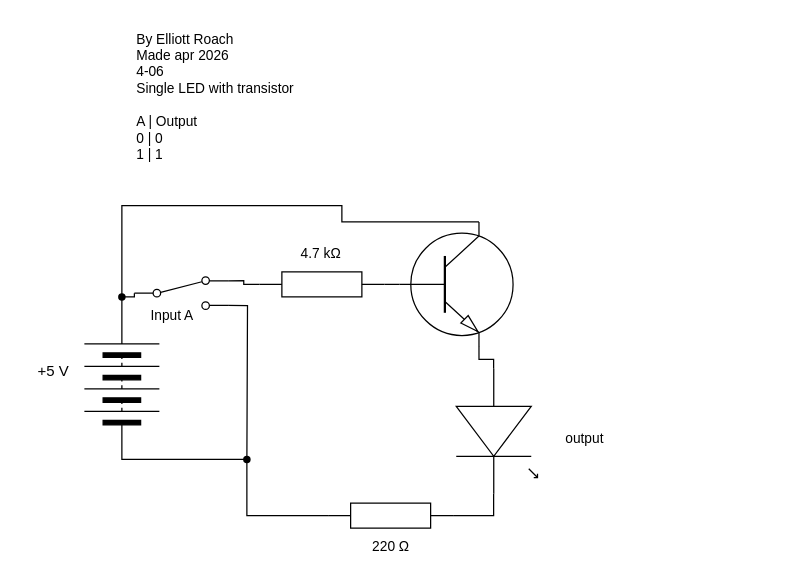
The draw.io diagram 4-07/schematicDiagram.drawio in elliottroach/TEJ3M-unit-4, before the edit. Source tidied: cells renumbered, new cells numbered last; positions are measured from the earlier drawing's top-left corner, leaving out a move shared by most shapes. Both pictures are drawn from the tidied source at 125%, with x=0, y=0 at pixel (21, 21).
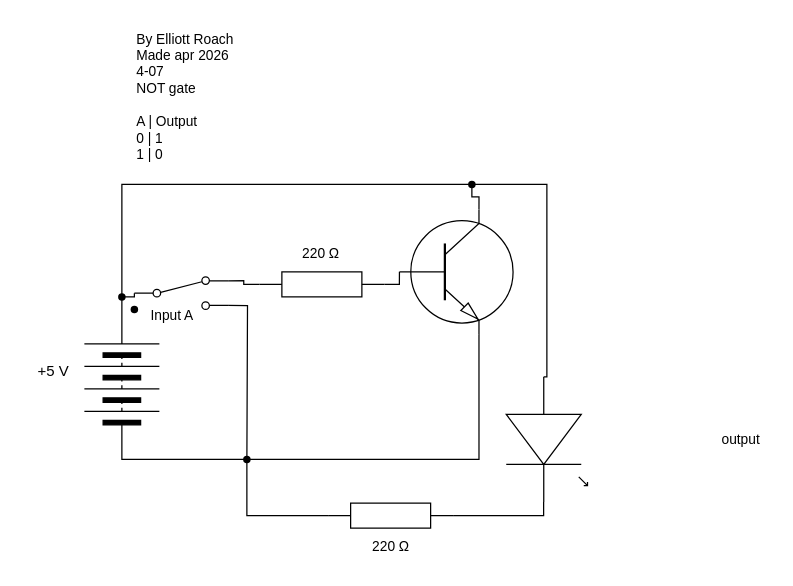
Above is the later version.

The change refers to these unchanged cells:
```xml
<mxCell id="8" style="verticalLabelPosition=bottom;shadow=0;dashed=0;align=center;html=1;verticalAlign=top;shape=mxgraph.electrical.miscellaneous.batteryStack;fontFamily=Helvetica;fontSize=11;fontColor=default;labelBackgroundColor=default;rotation=-90;" parent="1" vertex="1">
  <mxGeometry x="30" y="260" width="100" height="60" as="geometry" />
</mxCell>
<mxCell id="11" style="html=1;shape=mxgraph.electrical.electro-mechanical.twoWaySwitch;elSwitchState=2;fontFamily=Helvetica;fontSize=11;fontColor=default;labelBackgroundColor=default;" parent="1" vertex="1">
  <mxGeometry x="90" y="204" width="75" height="26" as="geometry" />
</mxCell>
<mxCell id="12" style="shape=waypoint;sketch=0;size=6;points=[];fillColor=none;perimeter=centerPerimeter;snapToPoint=1;fontFamily=Helvetica;fontSize=11;fontColor=default;labelBackgroundColor=default;" parent="1" vertex="1">
  <mxGeometry x="170" y="340" width="20" height="20" as="geometry" />
</mxCell>
```

What changed in the source:
```diff
@@
+    <mxCell id="25" style="edgeStyle=orthogonalEdgeStyle;shape=connector;curved=0;rounded=0;html=1;exitDx=0;exitDy=0;exitPerimeter=0;strokeColor=#000000;align=center;verticalAlign=middle;fontFamily=Helvetica;fontSize=11;fontColor=default;labelBackgroundColor=default;endArrow=none;endFill=0;" parent="1" edge="1" source="31" target="17">
+      <mxGeometry relative="1" as="geometry" />
+    </mxCell>
     <mxCell id="3" style="verticalLabelPosition=bottom;shadow=0;dashed=0;align=center;html=1;verticalAlign=top;shape=mxgraph.electrical.opto_electronics.led_1;rotation=90;" parent="1" vertex="1">
-      <mxGeometry x="330" y="295" width="100" height="65" as="geometry" />
+      <mxGeometry x="370" y="301.5" width="100" height="65" as="geometry" />
     </mxCell>
@@
-    <mxCell id="6" value="By Elliott Roach&lt;div&gt;Made apr 2026&amp;nbsp;&lt;/div&gt;&lt;div&gt;4-06&lt;/div&gt;&lt;div&gt;Single LED with transistor&lt;/div&gt;&lt;div&gt;&lt;br&gt;&lt;/div&gt;&lt;div&gt;A | Output&lt;/div&gt;&lt;div&gt;0 | 0&lt;/div&gt;&lt;div&gt;1 | 1&lt;/div&gt;" style="text;html=1;align=left;verticalAlign=middle;strokeColor=none;fillColor=none;fontFamily=Helvetica;fontSize=11;fontColor=default;labelBackgroundColor=default;" parent="1" vertex="1">
-      <mxGeometry x="90" width="150" height="120" as="geometry" />
+    <mxCell id="6" value="By Elliott Roach&lt;div&gt;Made apr 2026&amp;nbsp;&lt;/div&gt;&lt;div&gt;4-07&lt;/div&gt;&lt;div&gt;NOT gate&lt;/div&gt;&lt;div&gt;&lt;br&gt;&lt;/div&gt;&lt;div&gt;A | Output&lt;/div&gt;&lt;div&gt;0 | 1&lt;/div&gt;&lt;div&gt;1 | 0&lt;/div&gt;" style="text;html=1;align=left;verticalAlign=middle;strokeColor=none;fillColor=none;fontFamily=Helvetica;fontSize=11;fontColor=default;labelBackgroundColor=default;" parent="1" vertex="1">
+      <mxGeometry x="90" width="100" height="120" as="geometry" />
     </mxCell>
-    <mxCell id="7" style="edgeStyle=orthogonalEdgeStyle;shape=connector;curved=0;rounded=0;html=1;exitX=1;exitY=0.5;exitDx=0;exitDy=0;entryX=0;entryY=0.5;entryDx=0;entryDy=0;strokeColor=#000000;align=center;verticalAlign=middle;fontFamily=Helvetica;fontSize=11;fontColor=default;labelBackgroundColor=default;endArrow=none;endFill=0;" parent="1" edge="1" source="8" target="11">
+    <mxCell id="7" style="edgeStyle=orthogonalEdgeStyle;shape=connector;curved=0;rounded=0;html=1;entryX=0;entryY=0.5;entryDx=0;entryDy=0;strokeColor=#000000;align=center;verticalAlign=middle;fontFamily=Helvetica;fontSize=11;fontColor=default;labelBackgroundColor=default;endArrow=none;endFill=0;exitDx=0;exitDy=0;" parent="1" edge="1" source="17" target="11">
       <mxGeometry relative="1" as="geometry">
         <Array as="points">
           <mxPoint x="80" y="220" />
           <mxPoint x="90" y="220" />
         </Array>
       </mxGeometry>
     </mxCell>
@@
+    <mxCell id="26" style="edgeStyle=orthogonalEdgeStyle;shape=connector;curved=0;rounded=0;html=1;exitX=0.7;exitY=1;exitDx=0;exitDy=0;exitPerimeter=0;strokeColor=#000000;align=center;verticalAlign=middle;fontFamily=Helvetica;fontSize=11;fontColor=default;labelBackgroundColor=default;endArrow=none;endFill=0;entryX=0.667;entryY=0.528;entryDx=0;entryDy=0;entryPerimeter=0;" parent="1" edge="1" source="14" target="12">
+      <mxGeometry relative="1" as="geometry">
+        <Array as="points">
+          <mxPoint x="366" y="350" />
+        </Array>
+      </mxGeometry>
+    </mxCell>
+    <mxCell id="27" style="edgeStyle=orthogonalEdgeStyle;shape=connector;curved=0;rounded=0;html=1;exitX=0.7;exitY=0;exitDx=0;exitDy=0;exitPerimeter=0;strokeColor=#000000;align=center;verticalAlign=middle;fontFamily=Helvetica;fontSize=11;fontColor=default;labelBackgroundColor=default;endArrow=none;endFill=0;" parent="1" edge="1" source="14" target="31">
+      <mxGeometry relative="1" as="geometry" />
+    </mxCell>
     <mxCell id="14" style="verticalLabelPosition=bottom;shadow=0;dashed=0;align=center;html=1;verticalAlign=top;shape=mxgraph.electrical.transistors.npn_transistor_1;" parent="1" vertex="1">
-      <mxGeometry x="300" y="160" width="95" height="100" as="geometry" />
+      <mxGeometry x="300" y="150" width="95" height="100" as="geometry" />
     </mxCell>
@@
-    <mxCell id="17" style="shape=waypoint;sketch=0;size=6;points=[];fillColor=none;perimeter=centerPerimeter;snapToPoint=1;fontFamily=Helvetica;fontSize=11;fontColor=default;labelBackgroundColor=default;" parent="1" vertex="1">
-      <mxGeometry x="70" y="210" width="20" height="20" as="geometry" />
-    </mxCell>
-    <mxCell id="18" style="edgeStyle=orthogonalEdgeStyle;shape=connector;curved=0;rounded=0;html=1;exitX=0.7;exitY=0;exitDx=0;exitDy=0;exitPerimeter=0;entryX=0.479;entryY=0.4;entryDx=0;entryDy=0;entryPerimeter=0;strokeColor=#000000;align=center;verticalAlign=middle;fontFamily=Helvetica;fontSize=11;fontColor=default;labelBackgroundColor=default;endArrow=none;endFill=0;" parent="1" edge="1" source="14" target="17">
-      <mxGeometry relative="1" as="geometry">
-        <Array as="points">
-          <mxPoint x="256" y="147" />
-          <mxPoint x="80" y="147" />
-        </Array>
-      </mxGeometry>
-    </mxCell>
-    <mxCell id="19" style="edgeStyle=orthogonalEdgeStyle;shape=connector;curved=0;rounded=0;html=1;exitX=0.7;exitY=1;exitDx=0;exitDy=0;exitPerimeter=0;entryX=0;entryY=0.54;entryDx=0;entryDy=0;entryPerimeter=0;strokeColor=#000000;align=center;verticalAlign=middle;fontFamily=Helvetica;fontSize=11;fontColor=default;labelBackgroundColor=default;endArrow=none;endFill=0;" parent="1" edge="1" source="14" target="3">
-      <mxGeometry relative="1" as="geometry" />
-    </mxCell>
@@
-    <mxCell id="23" value="4.7 kΩ" style="text;html=1;align=center;verticalAlign=middle;strokeColor=none;fillColor=none;fontFamily=Helvetica;fontSize=11;fontColor=default;labelBackgroundColor=default;" parent="1" vertex="1">
-      <mxGeometry x="209" y="170" width="60" height="30" as="geometry" />
+    <mxCell id="23" value="220 Ω" style="text;html=1;align=center;verticalAlign=middle;strokeColor=none;fillColor=none;fontFamily=Helvetica;fontSize=11;fontColor=default;labelBackgroundColor=default;" parent="1" vertex="1">
+      <mxGeometry x="214" y="170" width="50" height="30" as="geometry" />
     </mxCell>
     <mxCell id="24" value="output" style="text;html=1;align=center;verticalAlign=middle;strokeColor=none;fillColor=none;fontFamily=Helvetica;fontSize=11;fontColor=default;labelBackgroundColor=default;" parent="1" vertex="1">
-      <mxGeometry x="425" y="318" width="50" height="30" as="geometry" />
+      <mxGeometry x="550" y="319" width="50" height="30" as="geometry" />
     </mxCell>
+    <mxCell id="28" style="edgeStyle=orthogonalEdgeStyle;shape=connector;curved=0;rounded=0;html=1;entryDx=0;entryDy=0;strokeColor=#000000;align=center;verticalAlign=middle;fontFamily=Helvetica;fontSize=11;fontColor=default;labelBackgroundColor=default;endArrow=none;endFill=0;exitX=1;exitY=0.5;exitDx=0;exitDy=0;" parent="1" edge="1" source="8" target="17">
+      <mxGeometry relative="1" as="geometry" />
+    </mxCell>
+    <mxCell id="17" style="shape=waypoint;sketch=0;size=6;points=[];fillColor=none;perimeter=centerPerimeter;snapToPoint=1;fontFamily=Helvetica;fontSize=11;fontColor=default;labelBackgroundColor=default;" parent="1" vertex="1">
+      <mxGeometry x="70" y="210" width="20" height="20" as="geometry" />
+    </mxCell>
+    <mxCell id="29" style="shape=waypoint;sketch=0;size=6;fillColor=none;perimeter=centerPerimeter;fontFamily=Helvetica;fontSize=11;fontColor=default;labelBackgroundColor=default;" parent="1" vertex="1">
+      <mxGeometry x="80" y="220" width="20" height="20" as="geometry" />
+    </mxCell>
+    <mxCell id="30" style="edgeStyle=orthogonalEdgeStyle;shape=connector;curved=0;rounded=0;html=1;exitX=0;exitY=0.54;exitDx=0;exitDy=0;exitPerimeter=0;strokeColor=#000000;align=center;verticalAlign=middle;fontFamily=Helvetica;fontSize=11;fontColor=default;labelBackgroundColor=default;endArrow=none;endFill=0;" parent="1" edge="1" source="3" target="31">
+      <mxGeometry relative="1" as="geometry">
+        <Array as="points">
+          <mxPoint x="420" y="284" />
+          <mxPoint x="420" y="130" />
+        </Array>
+      </mxGeometry>
+    </mxCell>
+    <mxCell id="31" style="shape=waypoint;sketch=0;size=6;points=[];fillColor=none;perimeter=centerPerimeter;snapToPoint=1;fontFamily=Helvetica;fontSize=11;fontColor=default;labelBackgroundColor=default;" parent="1" vertex="1">
+      <mxGeometry x="350" y="120" width="20" height="20" as="geometry" />
+    </mxCell>
```
